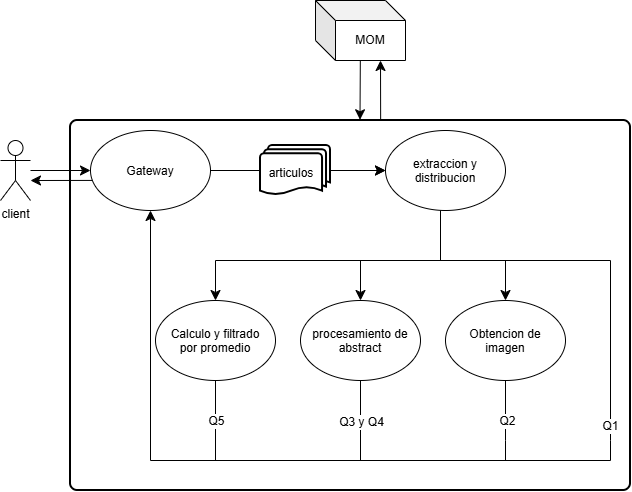
This is diseño/diagramas/arquiAN.png from LuccaMarino/tp-grupal_Distribuidos, a draw.io export, as it was before one commit. Source tidied: cells renumbered, new cells last; positions are measured from the earlier drawing's top-left corner, leaving out a move shared by most shapes.
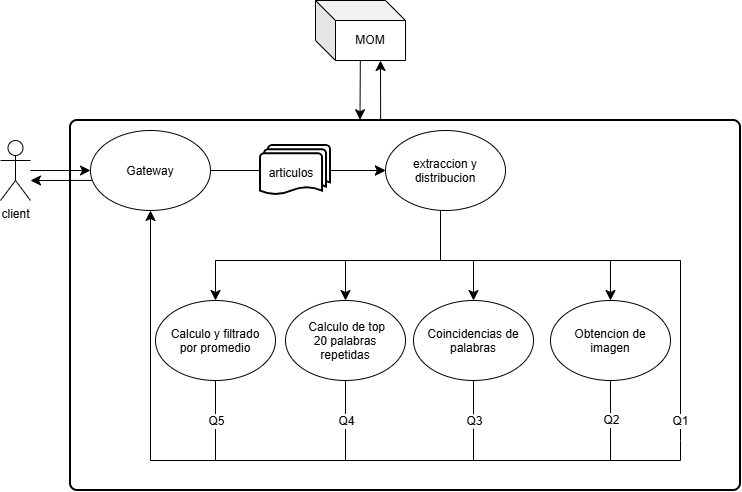
After the commit.

What changed in the source:
```diff
@@ -2,25 +2,25 @@
   <root>
     <mxCell id="0" />
     <mxCell id="1" parent="0" />
-    <mxCell id="2" style="rounded=1;whiteSpace=wrap;html=1;absoluteArcSize=1;arcSize=14;strokeWidth=2;fillColor=none;" parent="1" vertex="1">
-      <mxGeometry x="70" y="120" width="560" height="370" as="geometry" />
-    </mxCell>
+    <mxCell id="32" style="rounded=1;whiteSpace=wrap;html=1;absoluteArcSize=1;arcSize=14;strokeWidth=2;fillColor=none;" parent="1" vertex="1">
+      <mxGeometry x="70" y="120" width="670" height="370" as="geometry" />
+    </mxCell>
     <mxCell id="3" style="edgeStyle=orthogonalEdgeStyle;rounded=0;jettySize=auto;html=1;entryX=0.5;entryY=0;entryDx=0;entryDy=0;fontSize=12;startSize=8;endSize=8;" parent="1" edge="1" source="8" target="11">
       <mxGeometry relative="1" as="geometry">
         <Array as="points">
           <mxPoint x="440" y="260" />
-          <mxPoint x="505" y="260" />
+          <mxPoint x="610" y="260" />
         </Array>
       </mxGeometry>
     </mxCell>
-    <mxCell id="4" style="edgeStyle=orthogonalEdgeStyle;rounded=0;jettySize=auto;html=1;entryX=0.5;entryY=0;entryDx=0;entryDy=0;fontSize=12;startSize=8;endSize=8;" parent="1" edge="1" source="8" target="14">
-      <mxGeometry x="0.04" relative="1" as="geometry">
-        <Array as="points">
-          <mxPoint x="440" y="260" />
-          <mxPoint x="360" y="260" />
-        </Array>
-      </mxGeometry>
-    </mxCell>
+    <mxCell id="33" style="edgeStyle=orthogonalEdgeStyle;rounded=0;jettySize=auto;html=1;entryX=0.5;entryY=0;entryDx=0;entryDy=0;fontSize=12;startSize=8;endSize=8;" parent="1" edge="1" source="8" target="39">
+      <mxGeometry x="0.05" relative="1" as="geometry">
+        <Array as="points">
+          <mxPoint x="440" y="260" />
+          <mxPoint x="345" y="260" />
+        </Array>
+      </mxGeometry>
+    </mxCell>
     <mxCell id="5" style="edgeStyle=orthogonalEdgeStyle;rounded=0;jettySize=auto;html=1;entryX=0.5;entryY=0;entryDx=0;entryDy=0;fontSize=12;startSize=8;endSize=8;" parent="1" edge="1" source="8" target="17">
       <mxGeometry x="0.19" relative="1" as="geometry">
         <Array as="points">
@@ -29,54 +29,62 @@
         </Array>
       </mxGeometry>
     </mxCell>
-    <mxCell id="6" style="edgeStyle=orthogonalEdgeStyle;rounded=0;jettySize=auto;html=1;fontSize=12;startSize=8;endSize=8;endArrow=none;endFill=0;" parent="1" edge="1" source="8">
-      <mxGeometry x="0.12" relative="1" as="geometry">
-        <mxPoint x="610" y="440" as="targetPoint" />
-        <Array as="points">
-          <mxPoint x="440" y="260" />
-          <mxPoint x="610" y="260" />
-          <mxPoint x="610" y="440" />
-        </Array>
-      </mxGeometry>
-    </mxCell>
+    <mxCell id="34" style="edgeStyle=orthogonalEdgeStyle;rounded=0;jettySize=auto;html=1;fontSize=12;startSize=8;endSize=8;endArrow=none;endFill=0;" parent="1" edge="1" source="8">
+      <mxGeometry x="0.28" relative="1" as="geometry">
+        <mxPoint x="680" y="440" as="targetPoint" />
+        <Array as="points">
+          <mxPoint x="440" y="260" />
+          <mxPoint x="680" y="260" />
+          <mxPoint x="680" y="440" />
+        </Array>
+      </mxGeometry>
+    </mxCell>
-    <mxCell id="7" value="Q1" style="edgeLabel;html=1;align=center;verticalAlign=middle;fontSize=12;" parent="6" vertex="1">
+    <mxCell id="7" value="Q1" style="edgeLabel;html=1;align=center;verticalAlign=middle;fontSize=12;" parent="34" vertex="1">
       <mxGeometry x="0.87" y="-1" relative="1" as="geometry">
         <mxPoint y="12" as="offset" />
       </mxGeometry>
     </mxCell>
+    <mxCell id="35" style="edgeStyle=orthogonalEdgeStyle;rounded=0;jettySize=auto;html=1;entryX=0.5;entryY=0;entryDx=0;entryDy=0;fontSize=12;defaultLabelBackgroundColor=page;startSize=8;endSize=8;" parent="1" edge="1" source="8" target="50">
+      <mxGeometry x="0.04" relative="1" as="geometry">
+        <Array as="points">
+          <mxPoint x="440" y="260" />
+          <mxPoint x="473" y="260" />
+        </Array>
+      </mxGeometry>
+    </mxCell>
     <mxCell id="8" value="extraccion y distribucion" style="ellipse;whiteSpace=wrap;html=1;shapeInside=1;" parent="1" vertex="1">
       <mxGeometry x="385" y="130" width="120" height="80" as="geometry" />
     </mxCell>
-    <mxCell id="9" style="edgeStyle=none;curved=1;rounded=0;curveGeometry=1;jettySize=auto;html=1;fontSize=12;startSize=8;endSize=8;endArrow=none;endFill=0;" parent="1" edge="1" source="11">
-      <mxGeometry relative="1" as="geometry">
-        <mxPoint x="505" y="440" as="targetPoint" />
-      </mxGeometry>
-    </mxCell>
+    <mxCell id="36" style="edgeStyle=none;curved=1;rounded=0;curveGeometry=1;jettySize=auto;html=1;fontSize=12;startSize=8;endSize=8;endArrow=none;endFill=0;entryX=0.806;entryY=0.919;entryDx=0;entryDy=0;entryPerimeter=0;" parent="1" edge="1" source="11" target="32">
+      <mxGeometry relative="1" as="geometry" />
+    </mxCell>
-    <mxCell id="10" value="Q2" style="edgeLabel;html=1;align=center;verticalAlign=middle;fontSize=12;" parent="9" vertex="1">
-      <mxGeometry x="0.32" y="1" relative="1" as="geometry" />
+    <mxCell id="10" value="Q2" style="edgeLabel;html=1;align=center;verticalAlign=middle;fontSize=12;" parent="36" vertex="1">
+      <mxGeometry x="0.32" y="1" relative="1" as="geometry">
+        <mxPoint x="-1" y="-13" as="offset" />
+      </mxGeometry>
     </mxCell>
     <mxCell id="11" value="Obtencion de imagen" style="ellipse;whiteSpace=wrap;html=1;shapeInside=1;" parent="1" vertex="1">
-      <mxGeometry x="445" y="300" width="120" height="80" as="geometry" />
+      <mxGeometry x="550" y="300" width="120" height="80" as="geometry" />
     </mxCell>
-    <mxCell id="12" style="edgeStyle=none;curved=1;rounded=0;curveGeometry=1;jettySize=auto;html=1;fontSize=12;startSize=8;endSize=8;endArrow=none;endFill=0;" parent="1" edge="1" source="14">
-      <mxGeometry relative="1" as="geometry">
-        <mxPoint x="360" y="440" as="targetPoint" />
-      </mxGeometry>
-    </mxCell>
-    <mxCell id="13" value="Q3 y Q4" style="edgeLabel;html=1;align=center;verticalAlign=middle;fontSize=12;" parent="12" vertex="1">
-      <mxGeometry x="0.38" y="1" relative="1" as="geometry">
-        <mxPoint x="-1" as="offset" />
-      </mxGeometry>
-    </mxCell>
-    <mxCell id="14" value="procesamiento de abstract" style="ellipse;whiteSpace=wrap;html=1;shapeInside=1;" parent="1" vertex="1">
-      <mxGeometry x="300" y="300" width="120" height="80" as="geometry" />
-    </mxCell>
-    <mxCell id="15" style="edgeStyle=none;curved=1;rounded=0;curveGeometry=1;jettySize=auto;html=1;fontSize=12;startSize=8;endSize=8;endArrow=none;endFill=0;" parent="1" edge="1" source="17">
-      <mxGeometry relative="1" as="geometry">
-        <mxPoint x="215" y="450" as="targetPoint" />
-      </mxGeometry>
-    </mxCell>
+    <mxCell id="37" style="edgeStyle=none;curved=1;rounded=0;curveGeometry=1;jettySize=auto;html=1;fontSize=12;startSize=8;endSize=8;endArrow=none;endFill=0;" parent="1" edge="1" source="39">
+      <mxGeometry relative="1" as="geometry">
+        <mxPoint x="345" y="460" as="targetPoint" />
+      </mxGeometry>
+    </mxCell>
+    <mxCell id="38" value="Q4" style="edgeLabel;html=1;align=center;verticalAlign=middle;fontSize=12;" parent="37" vertex="1">
+      <mxGeometry x="0.38" y="1" relative="1" as="geometry">
+        <mxPoint x="-1" y="-15" as="offset" />
+      </mxGeometry>
+    </mxCell>
+    <mxCell id="39" value="&amp;nbsp;Calculo de top 20 palabras repetidas" style="ellipse;whiteSpace=wrap;html=1;shapeInside=1;" parent="1" vertex="1">
+      <mxGeometry x="285" y="300" width="120" height="80" as="geometry" />
+    </mxCell>
+    <mxCell id="40" style="edgeStyle=none;curved=1;rounded=0;curveGeometry=1;jettySize=auto;html=1;fontSize=12;startSize=8;endSize=8;endArrow=none;endFill=0;" parent="1" edge="1" source="17">
+      <mxGeometry relative="1" as="geometry">
+        <mxPoint x="215" y="450" as="targetPoint" />
+      </mxGeometry>
+    </mxCell>
-    <mxCell id="16" value="Q5" style="edgeLabel;html=1;align=center;verticalAlign=middle;fontSize=12;" parent="15" vertex="1">
+    <mxCell id="16" value="Q5" style="edgeLabel;html=1;align=center;verticalAlign=middle;fontSize=12;" parent="40" vertex="1">
       <mxGeometry x="0.38" y="3" relative="1" as="geometry">
         <mxPoint x="-3" y="-8" as="offset" />
       </mxGeometry>
@@ -84,56 +92,50 @@
     <mxCell id="17" value="Calculo y filtrado por promedio" style="ellipse;whiteSpace=wrap;html=1;shapeInside=1;" parent="1" vertex="1">
       <mxGeometry x="155" y="300" width="120" height="80" as="geometry" />
     </mxCell>
-    <mxCell id="18" style="edgeStyle=orthogonalEdgeStyle;rounded=0;orthogonalLoop=1;jettySize=auto;html=1;fontSize=12;startSize=8;endSize=8;endArrow=none;endFill=0;" parent="1" edge="1">
-      <mxGeometry relative="1" as="geometry">
-        <mxPoint x="215" y="440" as="sourcePoint" />
-        <mxPoint x="360" y="460" as="targetPoint" />
-        <Array as="points">
-          <mxPoint x="215" y="460" />
-        </Array>
-      </mxGeometry>
-    </mxCell>
-    <mxCell id="19" style="edgeStyle=orthogonalEdgeStyle;rounded=0;orthogonalLoop=1;jettySize=auto;html=1;fontSize=12;startSize=8;endSize=8;endArrow=none;endFill=0;" parent="1" edge="1">
-      <mxGeometry x="-0.2" relative="1" as="geometry">
-        <mxPoint x="360" y="438" as="sourcePoint" />
-        <mxPoint x="440" y="460" as="targetPoint" />
-        <Array as="points">
-          <mxPoint x="360" y="460" />
-        </Array>
-      </mxGeometry>
-    </mxCell>
-    <mxCell id="20" style="edgeStyle=none;curved=1;rounded=0;curveGeometry=1;orthogonalLoop=1;jettySize=auto;html=1;fontSize=12;startSize=8;endSize=8;startArrow=none;startFill=0;endArrow=none;endFill=0;" parent="1" edge="1">
-      <mxGeometry relative="1" as="geometry">
-        <mxPoint x="505" y="440" as="sourcePoint" />
-        <mxPoint x="505" y="460" as="targetPoint" />
-      </mxGeometry>
-    </mxCell>
-    <mxCell id="21" style="edgeStyle=orthogonalEdgeStyle;rounded=0;jettySize=auto;html=1;entryX=0.5;entryY=1;entryDx=0;entryDy=0;fontSize=12;startSize=8;endSize=8;" parent="1" edge="1" target="23">
-      <mxGeometry x="-0.76" relative="1" as="geometry">
-        <mxPoint x="610" y="440" as="sourcePoint" />
-        <Array as="points">
-          <mxPoint x="610" y="440" />
-          <mxPoint x="610" y="460" />
-          <mxPoint x="150" y="460" />
-        </Array>
-      </mxGeometry>
-    </mxCell>
+    <mxCell id="41" style="edgeStyle=orthogonalEdgeStyle;rounded=0;orthogonalLoop=1;jettySize=auto;html=1;fontSize=12;startSize=8;endSize=8;endArrow=none;endFill=0;" parent="1" edge="1">
+      <mxGeometry relative="1" as="geometry">
+        <mxPoint x="215" y="440" as="sourcePoint" />
+        <mxPoint x="360" y="460" as="targetPoint" />
+        <Array as="points">
+          <mxPoint x="215" y="460" />
+        </Array>
+      </mxGeometry>
+    </mxCell>
+    <mxCell id="42" style="edgeStyle=orthogonalEdgeStyle;rounded=0;orthogonalLoop=1;jettySize=auto;html=1;fontSize=12;startSize=8;endSize=8;endArrow=none;endFill=0;" parent="1" edge="1">
+      <mxGeometry x="-0.22" relative="1" as="geometry">
+        <mxPoint x="340" y="460" as="sourcePoint" />
+        <mxPoint x="440" y="460" as="targetPoint" />
+        <Array as="points">
+          <mxPoint x="360" y="460" />
+        </Array>
+      </mxGeometry>
+    </mxCell>
+    <mxCell id="43" style="edgeStyle=orthogonalEdgeStyle;rounded=0;jettySize=auto;html=1;entryX=0.5;entryY=1;entryDx=0;entryDy=0;fontSize=12;startSize=8;endSize=8;" parent="1" edge="1" target="23">
+      <mxGeometry x="-0.6" relative="1" as="geometry">
+        <mxPoint x="680" y="440" as="sourcePoint" />
+        <Array as="points">
+          <mxPoint x="680" y="440" />
+          <mxPoint x="680" y="460" />
+          <mxPoint x="150" y="460" />
+        </Array>
+      </mxGeometry>
+    </mxCell>
     <mxCell id="22" style="edgeStyle=none;curved=1;rounded=0;curveGeometry=1;jettySize=auto;html=1;fontSize=12;startSize=8;endSize=8;" parent="1" edge="1" source="28" target="8">
       <mxGeometry relative="1" as="geometry" />
     </mxCell>
     <mxCell id="23" value="Gateway" style="ellipse;whiteSpace=wrap;html=1;shapeInside=1;" parent="1" vertex="1">
       <mxGeometry x="90" y="130" width="120" height="80" as="geometry" />
     </mxCell>
-    <mxCell id="24" style="edgeStyle=none;curved=1;rounded=0;curveGeometry=1;jettySize=auto;html=1;fontSize=12;startSize=8;endSize=8;exitX=0.016;exitY=0.624;exitDx=0;exitDy=0;exitPerimeter=0;" parent="1" edge="1" source="23">
-      <mxGeometry relative="1" as="geometry">
-        <mxPoint x="30" y="180" as="targetPoint" />
-      </mxGeometry>
-    </mxCell>
-    <mxCell id="25" style="edgeStyle=none;curved=1;rounded=0;curveGeometry=1;jettySize=auto;html=1;entryX=0;entryY=0.5;entryDx=0;entryDy=0;fontSize=12;startSize=8;endSize=8;" parent="1" edge="1" target="23">
-      <mxGeometry relative="1" as="geometry">
-        <mxPoint x="30" y="170" as="sourcePoint" />
-      </mxGeometry>
-    </mxCell>
+    <mxCell id="44" style="edgeStyle=none;curved=1;rounded=0;curveGeometry=1;jettySize=auto;html=1;fontSize=12;startSize=8;endSize=8;exitX=0.016;exitY=0.624;exitDx=0;exitDy=0;exitPerimeter=0;" parent="1" edge="1" source="23">
+      <mxGeometry relative="1" as="geometry">
+        <mxPoint x="30" y="180" as="targetPoint" />
+      </mxGeometry>
+    </mxCell>
+    <mxCell id="45" style="edgeStyle=none;curved=1;rounded=0;curveGeometry=1;jettySize=auto;html=1;entryX=0;entryY=0.5;entryDx=0;entryDy=0;fontSize=12;startSize=8;endSize=8;" parent="1" edge="1" target="23">
+      <mxGeometry relative="1" as="geometry">
+        <mxPoint x="30" y="170" as="sourcePoint" />
+      </mxGeometry>
+    </mxCell>
     <mxCell id="26" value="client" style="shape=umlActor;verticalLabelPosition=bottom;verticalAlign=top;html=1;" parent="1" vertex="1">
       <mxGeometry y="140" width="30" height="60" as="geometry" />
     </mxCell>
@@ -146,17 +148,30 @@
     <mxCell id="29" value="MOM" style="shape=cube;whiteSpace=wrap;html=1;boundedLbl=1;backgroundOutline=1;darkOpacity=0.05;darkOpacity2=0.1;" parent="1" vertex="1">
       <mxGeometry x="315" width="90" height="60" as="geometry" />
     </mxCell>
-    <mxCell id="30" style="edgeStyle=none;curved=1;rounded=0;curveGeometry=1;orthogonalLoop=1;jettySize=auto;html=1;entryX=0.517;entryY=-0.002;entryDx=0;entryDy=0;entryPerimeter=0;fontSize=12;startSize=8;endSize=8;" parent="1" edge="1">
-      <mxGeometry relative="1" as="geometry">
-        <mxPoint x="359.8" y="60" as="sourcePoint" />
-        <mxPoint x="359.5" y="119.3" as="targetPoint" />
-      </mxGeometry>
-    </mxCell>
-    <mxCell id="31" style="edgeStyle=none;curved=1;rounded=0;curveGeometry=1;orthogonalLoop=1;jettySize=auto;html=1;entryX=0.493;entryY=1;entryDx=0;entryDy=0;entryPerimeter=0;fontSize=12;startSize=8;endSize=8;exitX=0.517;exitY=0;exitDx=0;exitDy=0;exitPerimeter=0;" parent="1" edge="1">
-      <mxGeometry relative="1" as="geometry">
-        <mxPoint x="380.1" y="120" as="sourcePoint" />
-        <mxPoint x="380" y="60" as="targetPoint" />
-      </mxGeometry>
-    </mxCell>
+    <mxCell id="46" style="edgeStyle=none;curved=1;rounded=0;curveGeometry=1;orthogonalLoop=1;jettySize=auto;html=1;entryX=0.517;entryY=-0.002;entryDx=0;entryDy=0;entryPerimeter=0;fontSize=12;startSize=8;endSize=8;" parent="1" edge="1">
+      <mxGeometry relative="1" as="geometry">
+        <mxPoint x="359.8" y="60" as="sourcePoint" />
+        <mxPoint x="359.5" y="119.3" as="targetPoint" />
+      </mxGeometry>
+    </mxCell>
+    <mxCell id="47" style="edgeStyle=none;curved=1;rounded=0;curveGeometry=1;orthogonalLoop=1;jettySize=auto;html=1;entryX=0.493;entryY=1;entryDx=0;entryDy=0;entryPerimeter=0;fontSize=12;startSize=8;endSize=8;exitX=0.517;exitY=0;exitDx=0;exitDy=0;exitPerimeter=0;" parent="1" edge="1">
+      <mxGeometry relative="1" as="geometry">
+        <mxPoint x="380.1" y="120" as="sourcePoint" />
+        <mxPoint x="380" y="60" as="targetPoint" />
+      </mxGeometry>
+    </mxCell>
+    <mxCell id="48" style="edgeStyle=none;curved=1;rounded=0;curveGeometry=1;jettySize=auto;html=1;fontSize=12;defaultLabelBackgroundColor=page;startSize=8;endSize=8;endArrow=none;endFill=0;" parent="1" edge="1" source="50">
+      <mxGeometry relative="1" as="geometry">
+        <mxPoint x="473" y="460" as="targetPoint" />
+      </mxGeometry>
+    </mxCell>
+    <mxCell id="49" value="Q3" style="edgeLabel;html=1;align=center;verticalAlign=middle;inheritText=1;fontSize=12;defaultLabelBackgroundColor=page;" parent="48" vertex="1">
+      <mxGeometry x="0.17" y="-2" relative="1" as="geometry">
+        <mxPoint x="2" y="-7" as="offset" />
+      </mxGeometry>
+    </mxCell>
+    <mxCell id="50" value="Coincidencias de palabras" style="ellipse;whiteSpace=wrap;html=1;shapeInside=1;" parent="1" vertex="1">
+      <mxGeometry x="413" y="300" width="120" height="80" as="geometry" />
+    </mxCell>
   </root>
 </mxGraphModel>
```
